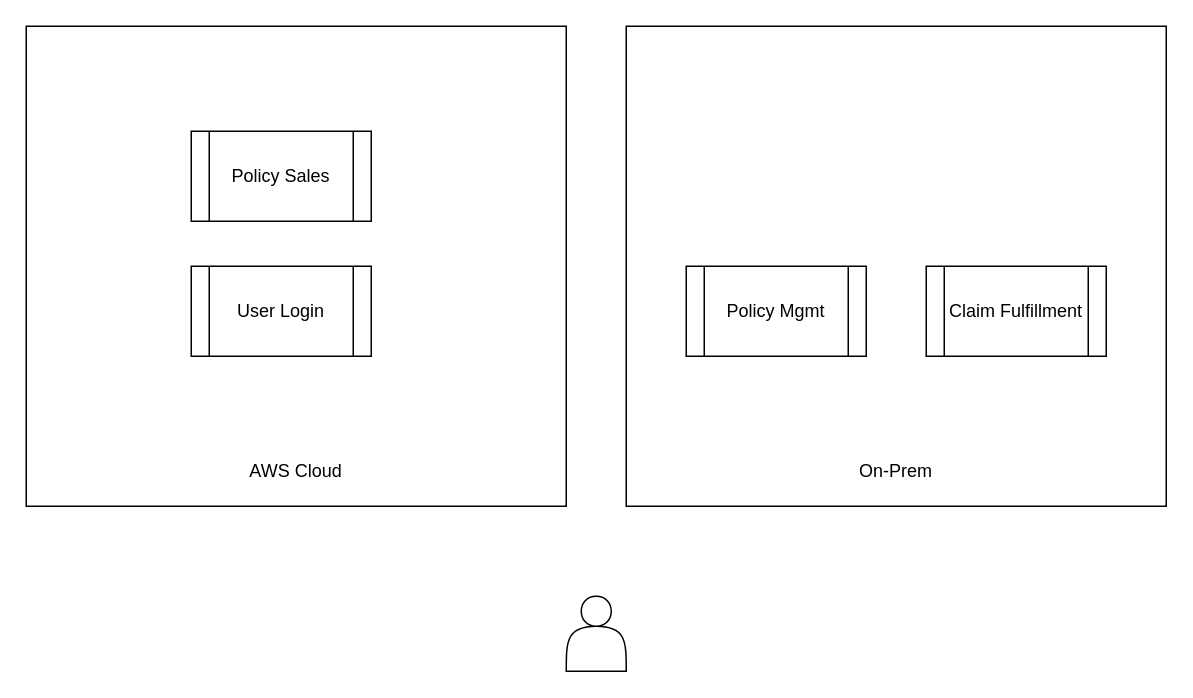
Earlier version of the draw.io diagram Untitled Diagram.drawio (vrunda87/hello-world). Source tidied: cells renumbered, new cells numbered last; positions are measured from the earlier drawing's top-left corner, leaving out a move shared by most shapes. Both pictures are drawn from the tidied source at 150%, with x=0, y=0 at pixel (26, 26).
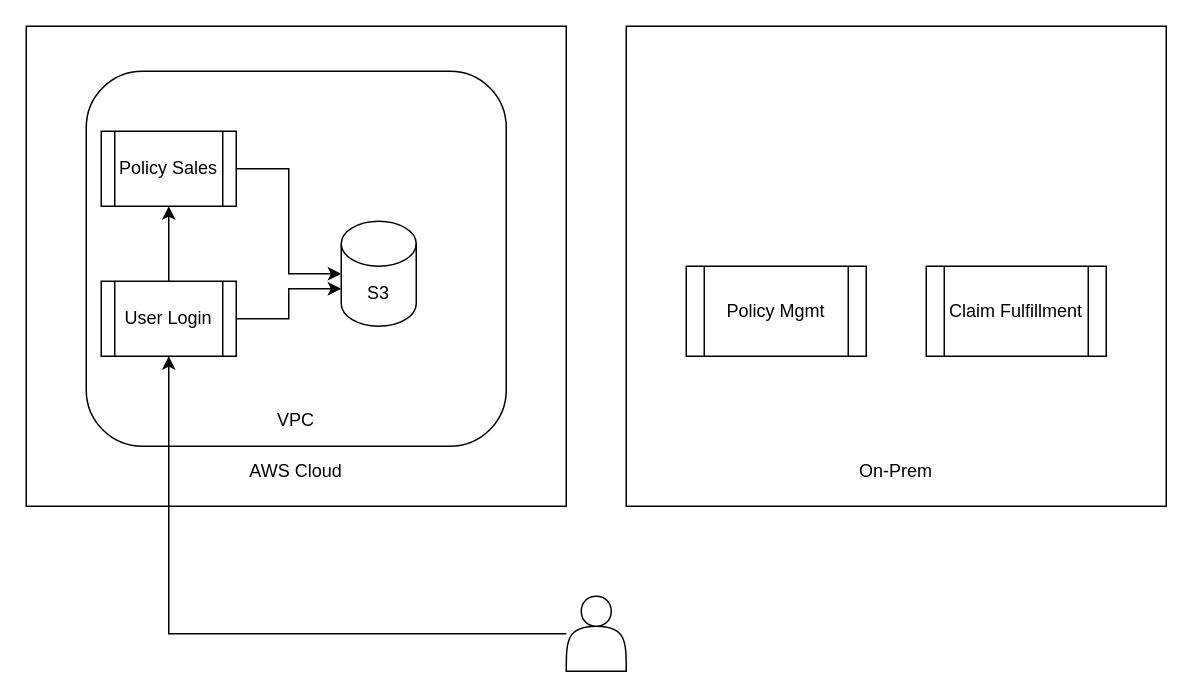
After the change.

Diff of the diagram source:
```diff
@@
 <mxGraphModel>
   <root>
     <mxCell id="0" />
     <mxCell id="1" parent="0" />
     <mxCell id="2" value="&lt;br&gt;&lt;br&gt;&lt;br&gt;&lt;br&gt;&lt;br&gt;&lt;br&gt;&lt;br&gt;&lt;br&gt;&lt;br&gt;&lt;br&gt;&lt;br&gt;&lt;br&gt;&lt;br&gt;&lt;br&gt;&lt;br&gt;&lt;br&gt;&lt;br&gt;&lt;br&gt;&lt;br&gt;AWS Cloud" style="rounded=0;whiteSpace=wrap;html=1;" parent="1" vertex="1">
       <mxGeometry width="360" height="320" as="geometry" />
     </mxCell>
+    <mxCell id="9" value="&lt;br&gt;&lt;br&gt;&lt;br&gt;&lt;br&gt;&lt;br&gt;&lt;br&gt;&lt;br&gt;&lt;br&gt;&lt;br&gt;&lt;br&gt;&lt;br&gt;&lt;br&gt;&lt;br&gt;&lt;br&gt;&lt;br&gt;VPC" style="rounded=1;whiteSpace=wrap;html=1;" parent="1" vertex="1">
+      <mxGeometry x="40" y="30" width="280" height="250" as="geometry" />
+    </mxCell>
     <mxCell id="3" value="&lt;br&gt;&lt;br&gt;&lt;br&gt;&lt;br&gt;&lt;br&gt;&lt;br&gt;&lt;br&gt;&lt;br&gt;&lt;br&gt;&lt;br&gt;&lt;br&gt;&lt;br&gt;&lt;br&gt;&lt;br&gt;&lt;br&gt;&lt;br&gt;&lt;br&gt;&lt;br&gt;&lt;br&gt;On-Prem" style="rounded=0;whiteSpace=wrap;html=1;" parent="1" vertex="1">
       <mxGeometry x="400" width="360" height="320" as="geometry" />
     </mxCell>
     <mxCell id="4" value="Policy Mgmt" style="shape=process;whiteSpace=wrap;html=1;backgroundOutline=1;" parent="1" vertex="1">
       <mxGeometry x="440" y="160" width="120" height="60" as="geometry" />
     </mxCell>
     <mxCell id="5" value="Claim Fulfillment" style="shape=process;whiteSpace=wrap;html=1;backgroundOutline=1;" parent="1" vertex="1">
       <mxGeometry x="600" y="160" width="120" height="60" as="geometry" />
     </mxCell>
+    <mxCell id="10" style="edgeStyle=orthogonalEdgeStyle;rounded=0;jettySize=auto;html=1;entryX=0;entryY=0.5;entryDx=0;entryDy=0;entryPerimeter=0;" parent="1" edge="1" source="6" target="14">
+      <mxGeometry relative="1" as="geometry" />
+    </mxCell>
     <mxCell id="6" value="Policy Sales" style="shape=process;whiteSpace=wrap;html=1;backgroundOutline=1;" parent="1" vertex="1">
-      <mxGeometry x="110" y="70" width="120" height="60" as="geometry" />
+      <mxGeometry x="50" y="70" width="90" height="50" as="geometry" />
     </mxCell>
+    <mxCell id="11" style="edgeStyle=orthogonalEdgeStyle;rounded=0;jettySize=auto;html=1;entryX=0.5;entryY=1;entryDx=0;entryDy=0;" parent="1" edge="1" source="7" target="6">
+      <mxGeometry relative="1" as="geometry" />
+    </mxCell>
+    <mxCell id="12" style="edgeStyle=orthogonalEdgeStyle;rounded=0;jettySize=auto;html=1;entryX=0;entryY=0;entryDx=0;entryDy=45;entryPerimeter=0;" parent="1" edge="1" source="7" target="14">
+      <mxGeometry relative="1" as="geometry" />
+    </mxCell>
     <mxCell id="7" value="User Login" style="shape=process;whiteSpace=wrap;html=1;backgroundOutline=1;" parent="1" vertex="1">
-      <mxGeometry x="110" y="160" width="120" height="60" as="geometry" />
+      <mxGeometry x="50" y="170" width="90" height="50" as="geometry" />
     </mxCell>
+    <mxCell id="13" style="edgeStyle=orthogonalEdgeStyle;rounded=0;jettySize=auto;html=1;entryX=0.5;entryY=1;entryDx=0;entryDy=0;" parent="1" edge="1" source="8" target="7">
+      <mxGeometry relative="1" as="geometry" />
+    </mxCell>
     <mxCell id="8" style="shape=actor;whiteSpace=wrap;html=1;" parent="1" vertex="1">
       <mxGeometry x="360" y="380" width="40" height="50" as="geometry" />
     </mxCell>
+    <mxCell id="14" value="S3" style="shape=cylinder3;whiteSpace=wrap;html=1;boundedLbl=1;backgroundOutline=1;size=15;" parent="1" vertex="1">
+      <mxGeometry x="210" y="130" width="50" height="70" as="geometry" />
+    </mxCell>
   </root>
 </mxGraphModel>
```
